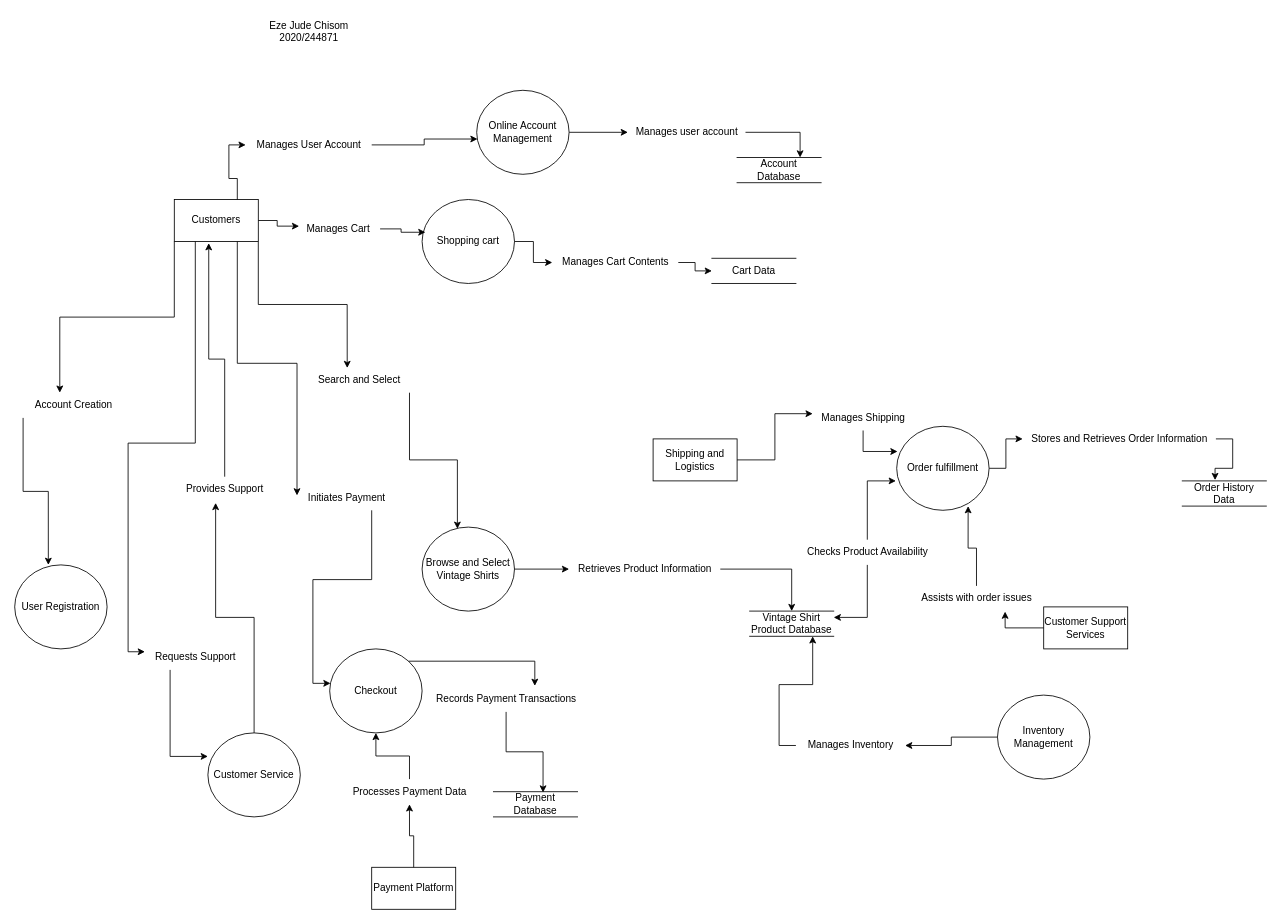
The draw.io diagram judel1.drawio in Chukwuebuka-2003/SE-DFD, before the edit. Source tidied: cells renumbered, new cells numbered last; positions are measured from the earlier drawing's top-left corner, leaving out a move shared by most shapes. Both pictures are drawn from the tidied source at 84%, with x=0, y=0 at pixel (14, 14).
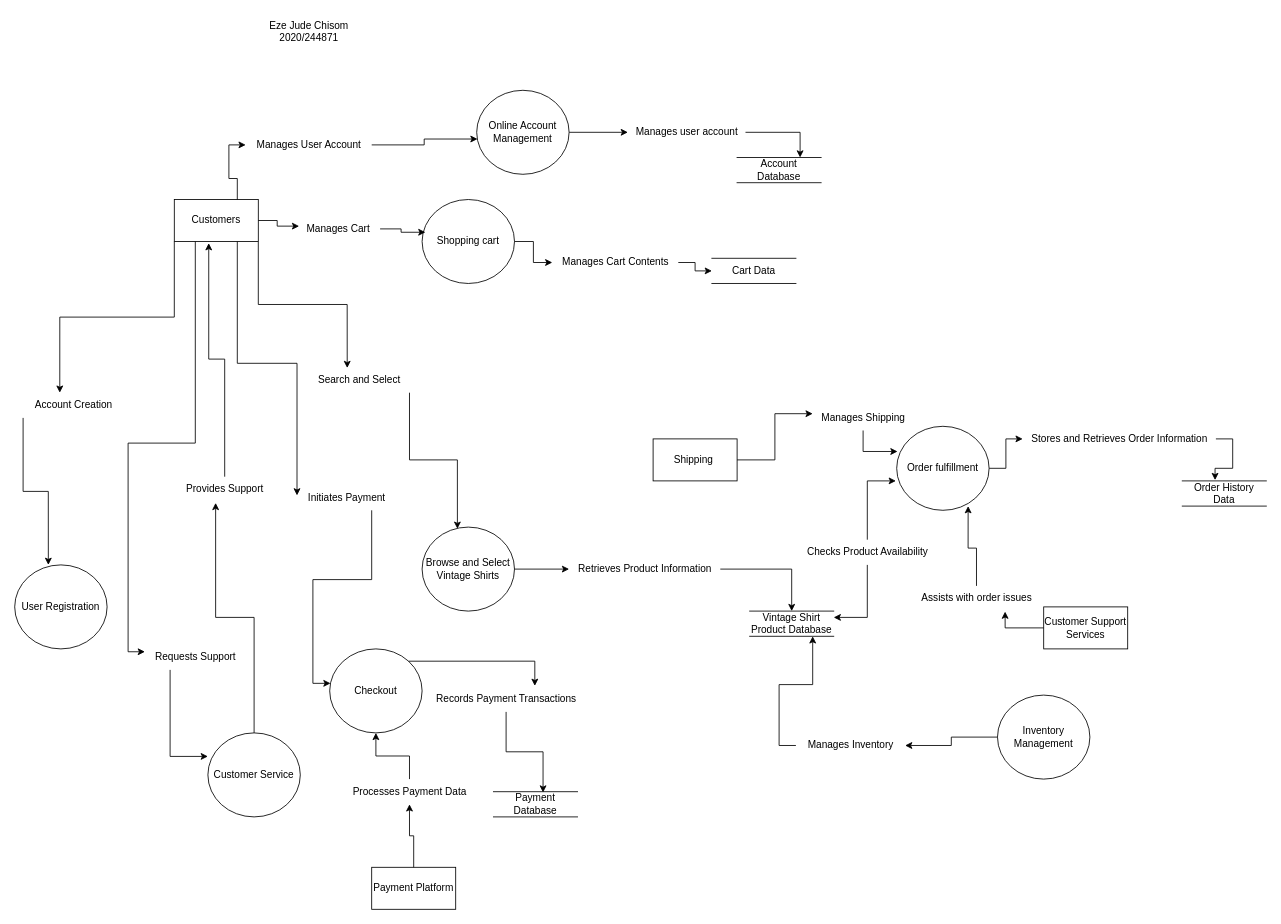
After the change.

Diff of the diagram source:
```diff
@@
-    <mxCell id="3" value="Shipping and Logistics" style="html=1;dashed=0;whiteSpace=wrap;" parent="1" vertex="1">
+    <mxCell id="3" value="Shipping&amp;nbsp;" style="html=1;dashed=0;whiteSpace=wrap;" parent="1" vertex="1">
       <mxGeometry x="760" y="505" width="100" height="50" as="geometry" />
     </mxCell>
```
